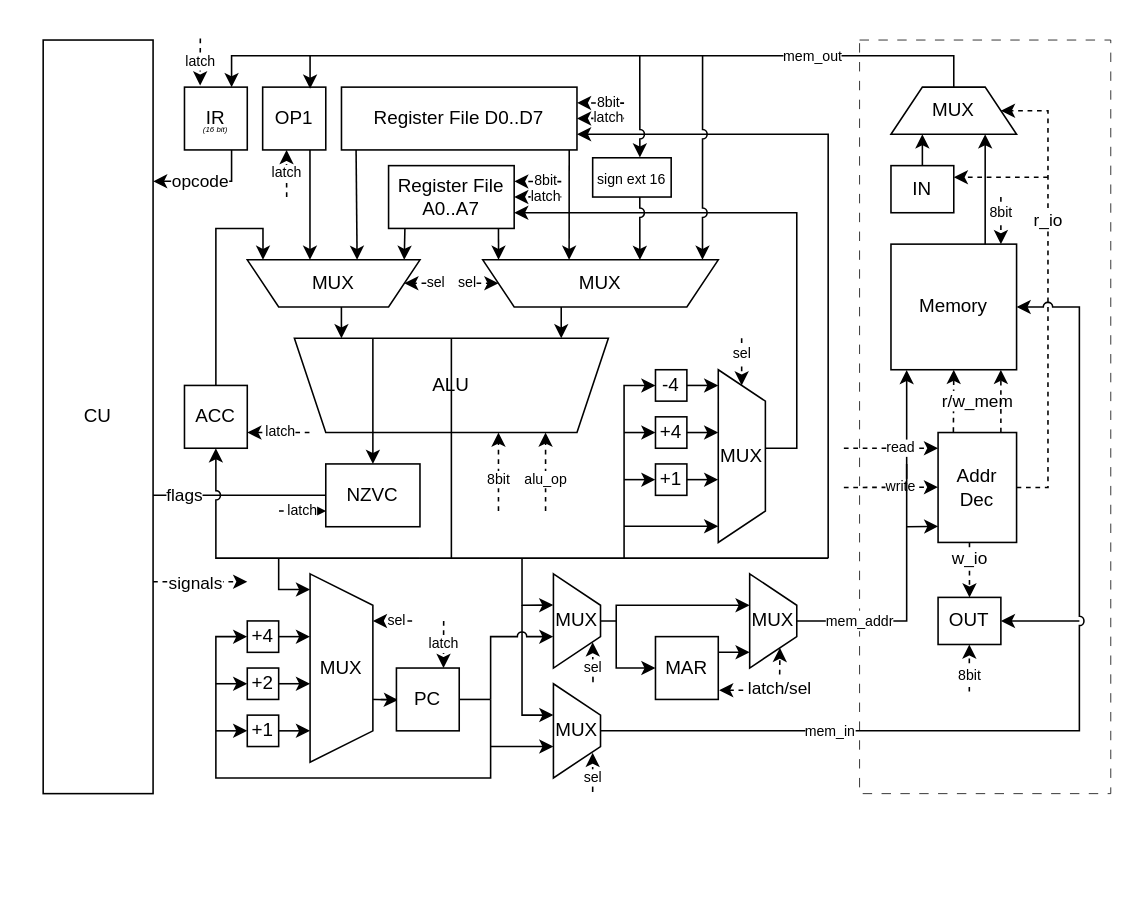
Before: m68k.drawio in itmovalesnikov/ak3-scheme, a draw.io diagram. Source tidied: cells renumbered, new cells numbered last; positions are measured from the earlier drawing's top-left corner, leaving out a move shared by most shapes. Both pictures are drawn from the tidied source at 157%, with x=0, y=0 at pixel (42, 38).
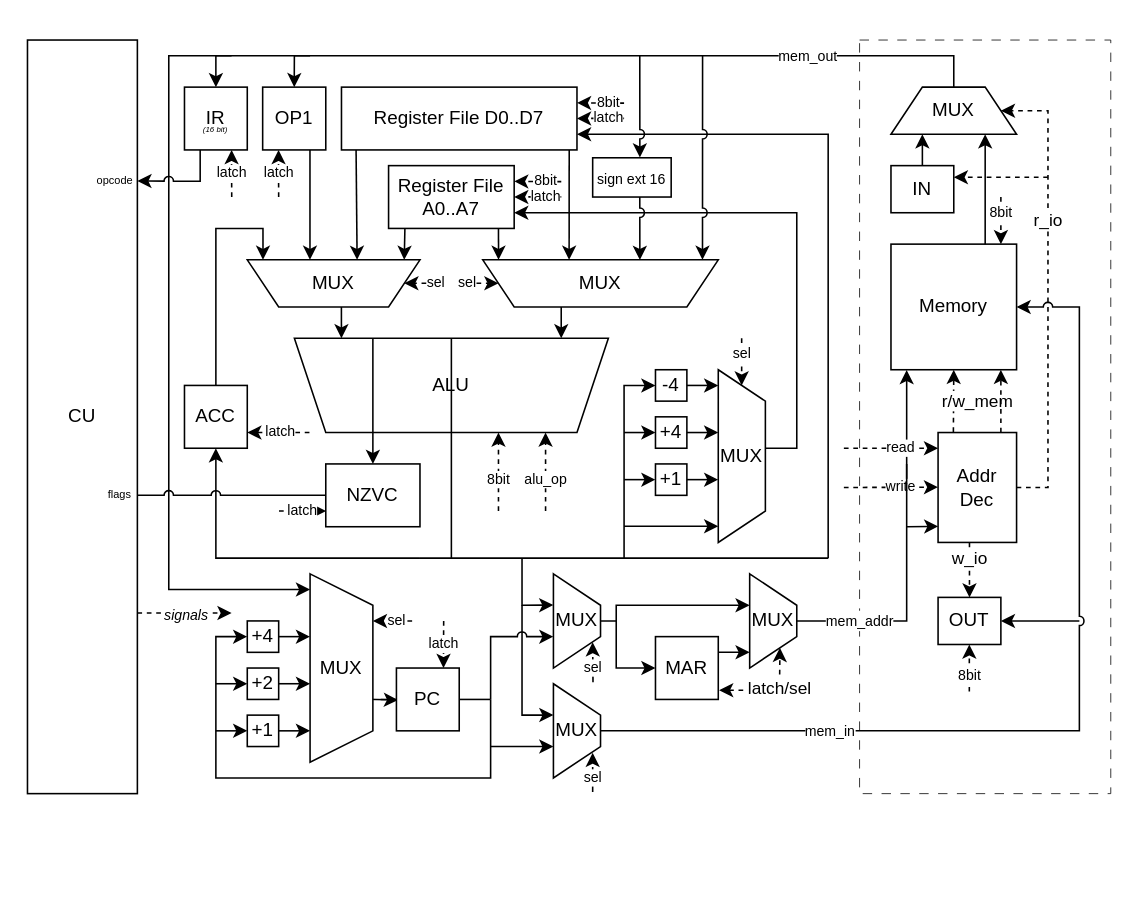
The same diagram, later.

The change refers to these unchanged cells:
```xml
<mxCell id="18" value="IR" style="rounded=0;whiteSpace=wrap;html=1;" parent="1" vertex="1">
  <mxGeometry x="90" y="31" width="40" height="40" as="geometry" />
</mxCell>
<mxCell id="19" value="OP1" style="rounded=0;whiteSpace=wrap;html=1;" parent="1" vertex="1">
  <mxGeometry x="139.8" y="31" width="40.2" height="40" as="geometry" />
</mxCell>
<mxCell id="23" value="NZVC" style="rounded=0;whiteSpace=wrap;html=1;" parent="1" vertex="1">
  <mxGeometry x="180" y="271" width="60" height="40" as="geometry" />
</mxCell>
<mxCell id="70" value="MUX" style="shape=trapezoid;perimeter=trapezoidPerimeter;whiteSpace=wrap;html=1;fixedSize=1;rotation=0;direction=south;" parent="1" vertex="1">
  <mxGeometry x="170" y="341" width="40" height="120" as="geometry" />
</mxCell>
<mxCell id="95" value="MUX" style="shape=trapezoid;perimeter=trapezoidPerimeter;whiteSpace=wrap;html=1;fixedSize=1;flipV=0;legacyAnchorPoints=0;" parent="1" vertex="1">
  <mxGeometry x="540" y="31" width="80" height="30" as="geometry" />
</mxCell>
```

The edit, as a diff of the source:
```diff
@@
-    <mxCell id="2" style="edgeStyle=orthogonalEdgeStyle;rounded=0;orthogonalLoop=1;jettySize=auto;html=1;dashed=1;" parent="1" edge="1">
-      <mxGeometry relative="1" as="geometry">
-        <mxPoint x="70" y="346" as="sourcePoint" />
-        <mxPoint x="130" y="346" as="targetPoint" />
-        <Array as="points">
-          <mxPoint x="80" y="346" />
-          <mxPoint x="80" y="346" />
-        </Array>
-      </mxGeometry>
-    </mxCell>
-    <mxCell id="3" value="signals" style="edgeLabel;html=1;align=center;verticalAlign=middle;" parent="2" vertex="1">
-      <mxGeometry x="-0.17" y="-1" relative="1" as="geometry">
-        <mxPoint x="1" y="-1" as="offset" />
-      </mxGeometry>
-    </mxCell>
     <mxCell id="4" value="CU" style="rounded=0;whiteSpace=wrap;html=1;points=[[0,0,0,0,0],[0,0.25,0,0,0],[0,0.5,0,0,0],[0,0.75,0,0,0],[0,1,0,0,0],[0.25,0,0,0,0],[0.25,1,0,0,0],[0.5,0,0,0,0],[0.5,1,0,0,0],[0.75,0,0,0,0],[0.75,1,0,0,0],[1,0,0,0,0],[1,0.12,0,0,0],[1,0.25,0,0,0],[1,0.38,0,0,0],[1,0.5,0,0,0],[1,0.62,0,0,0],[1,0.75,0,0,0],[1,0.88,0,0,0],[1,1,0,0,0]];" parent="1" vertex="1">
-      <mxGeometry y="1" width="70" height="480" as="geometry" />
+      <mxGeometry x="-10" y="1" width="70" height="480" as="geometry" />
     </mxCell>
@@
-    <mxCell id="12" style="edgeStyle=orthogonalEdgeStyle;rounded=0;orthogonalLoop=1;jettySize=auto;html=1;exitX=0.5;exitY=1;exitDx=0;exitDy=0;" parent="1" edge="1">
-      <mxGeometry relative="1" as="geometry">
-        <mxPoint x="600" y="530.5" as="sourcePoint" />
-        <mxPoint x="600" y="530.5" as="targetPoint" />
-      </mxGeometry>
-    </mxCell>
@@
-    <mxCell id="24" value="flags" style="endArrow=none;html=1;rounded=0;entryX=0;entryY=0.5;entryDx=0;entryDy=0;jumpStyle=arc;" parent="1" edge="1" target="23">
-      <mxGeometry x="-0.64" relative="1" as="geometry">
-        <mxPoint x="70" y="291" as="sourcePoint" />
-      </mxGeometry>
-    </mxCell>
@@
     <mxCell id="32" value="latch" style="endArrow=classic;html=1;rounded=0;curved=0;strokeColor=default;jumpStyle=none;fixDash=0;dashed=1;fontSize=9;" parent="1" edge="1">
       <mxGeometry relative="1" as="geometry">
-        <mxPoint x="155.1" y="101" as="sourcePoint" />
-        <mxPoint x="155" y="71" as="targetPoint" />
+        <mxPoint x="150" y="101" as="sourcePoint" />
+        <mxPoint x="149.9" y="71" as="targetPoint" />
         <Array as="points">
-          <mxPoint x="155" y="81" />
+          <mxPoint x="149.9" y="81" />
         </Array>
       </mxGeometry>
     </mxCell>
@@
-    <mxCell id="36" value="&lt;font style=&quot;font-size: 9px;&quot;&gt;mem_out&lt;/font&gt;" style="endArrow=classic;html=1;rounded=0;entryX=0.75;entryY=0;entryDx=0;entryDy=0;exitX=0.5;exitY=0;exitDx=0;exitDy=0;" parent="1" edge="1" source="95">
+    <mxCell id="36" value="&lt;font style=&quot;font-size: 9px;&quot;&gt;mem_out&lt;/font&gt;" style="endArrow=classic;html=1;rounded=0;entryX=0.5;entryY=0;entryDx=0;entryDy=0;exitX=0.5;exitY=0;exitDx=0;exitDy=0;" parent="1" edge="1" source="95" target="19">
       <mxGeometry x="-0.51" relative="1" as="geometry">
-        <mxPoint x="170" y="32" as="targetPoint" />
         <Array as="points">
           <mxPoint x="580" y="11" />
-          <mxPoint x="170" y="11" />
+          <mxPoint x="160" y="11" />
         </Array>
       </mxGeometry>
     </mxCell>
@@
-    <mxCell id="50" style="endArrow=classic;html=1;rounded=0;entryX=0.5;entryY=0;entryDx=0;entryDy=0;" parent="1" edge="1">
+    <mxCell id="50" style="endArrow=classic;html=1;rounded=0;entryX=0.5;entryY=0;entryDx=0;entryDy=0;" parent="1" edge="1" target="18">
       <mxGeometry relative="1" as="geometry">
         <mxPoint x="170" y="11" as="sourcePoint" />
-        <mxPoint x="120" y="31" as="targetPoint" />
         <Array as="points">
-          <mxPoint x="120" y="11" />
+          <mxPoint x="110" y="11" />
         </Array>
       </mxGeometry>
     </mxCell>
     <mxCell id="51" value="latch" style="endArrow=classic;html=1;rounded=0;curved=0;strokeColor=default;jumpStyle=none;fixDash=0;dashed=1;fontSize=9;" parent="1" edge="1">
       <mxGeometry relative="1" as="geometry">
-        <mxPoint x="100.1" as="sourcePoint" />
-        <mxPoint x="100" y="30" as="targetPoint" />
+        <mxPoint x="120.1" y="101" as="sourcePoint" />
+        <mxPoint x="120" y="71" as="targetPoint" />
         <Array as="points">
-          <mxPoint x="100" y="20" />
+          <mxPoint x="120" y="81" />
         </Array>
       </mxGeometry>
     </mxCell>
@@
     <mxCell id="57" style="endArrow=classic;html=1;rounded=0;entryX=0.081;entryY=1.007;entryDx=0;entryDy=0;entryPerimeter=0;" parent="1" edge="1" target="70">
       <mxGeometry relative="1" as="geometry">
-        <mxPoint x="150" y="331" as="sourcePoint" />
+        <mxPoint x="120" y="11" as="sourcePoint" />
         <Array as="points">
+          <mxPoint x="80" y="11" />
+          <mxPoint x="80" y="351" />
           <mxPoint x="150" y="351" />
           <mxPoint x="170" y="351" />
         </Array>
       </mxGeometry>
     </mxCell>
-    <mxCell id="58" value="opcode" style="endArrow=classic;html=1;rounded=0;exitX=0.75;exitY=1;exitDx=0;exitDy=0;" parent="1" edge="1" source="18">
-      <mxGeometry x="0.14" relative="1" as="geometry">
-        <mxPoint x="70" y="91" as="targetPoint" />
-        <Array as="points">
-          <mxPoint x="120" y="91" />
-        </Array>
-      </mxGeometry>
-    </mxCell>
@@
+    <mxCell id="58" style="endArrow=classic;html=1;rounded=0;exitX=0.25;exitY=1;exitDx=0;exitDy=0;entryX=1;entryY=0.187;entryDx=0;entryDy=0;entryPerimeter=0;jumpStyle=arc;" parent="1" edge="1" source="18" target="4">
+      <mxGeometry x="1" y="20" relative="1" as="geometry">
+        <Array as="points">
+          <mxPoint x="100" y="91" />
+        </Array>
+        <mxPoint x="-20" y="-20" as="offset" />
+      </mxGeometry>
+    </mxCell>
+    <mxCell id="24" style="endArrow=none;html=1;rounded=0;entryX=0;entryY=0.5;entryDx=0;entryDy=0;jumpStyle=arc;exitX=1;exitY=0.604;exitDx=0;exitDy=0;exitPerimeter=0;" parent="1" edge="1" source="4" target="23">
+      <mxGeometry x="0.17" relative="1" as="geometry" />
+    </mxCell>
+    <mxCell id="117" value="&lt;font style=&quot;font-size: 7px;&quot;&gt;opcode&lt;/font&gt;" style="text;html=1;whiteSpace=wrap;strokeColor=none;fillColor=none;align=center;verticalAlign=middle;rounded=0;" parent="1" vertex="1">
+      <mxGeometry x="31" y="83.5" width="30" height="10" as="geometry" />
+    </mxCell>
+    <mxCell id="118" value="&lt;font style=&quot;font-size: 7px;&quot;&gt;flags&lt;/font&gt;" style="text;html=1;whiteSpace=wrap;strokeColor=none;fillColor=none;align=center;verticalAlign=middle;rounded=0;" parent="1" vertex="1">
+      <mxGeometry x="39" y="285" width="20" height="7.5" as="geometry" />
+    </mxCell>
+    <mxCell id="119" style="edgeStyle=orthogonalEdgeStyle;rounded=0;orthogonalLoop=1;jettySize=auto;html=1;dashed=1;" parent="1" edge="1">
+      <mxGeometry relative="1" as="geometry">
+        <mxPoint x="60" y="366" as="sourcePoint" />
+        <mxPoint x="120" y="366" as="targetPoint" />
+        <Array as="points">
+          <mxPoint x="70" y="366" />
+          <mxPoint x="70" y="366" />
+        </Array>
+      </mxGeometry>
+    </mxCell>
+    <mxCell id="3" value="&lt;font style=&quot;font-size: 9px;&quot;&gt;&lt;i style=&quot;&quot;&gt;signals&lt;/i&gt;&lt;/font&gt;" style="edgeLabel;html=1;align=center;verticalAlign=middle;" parent="119" vertex="1">
+      <mxGeometry x="-0.38" relative="1" as="geometry">
+        <mxPoint x="11" as="offset" />
+      </mxGeometry>
+    </mxCell>
```
